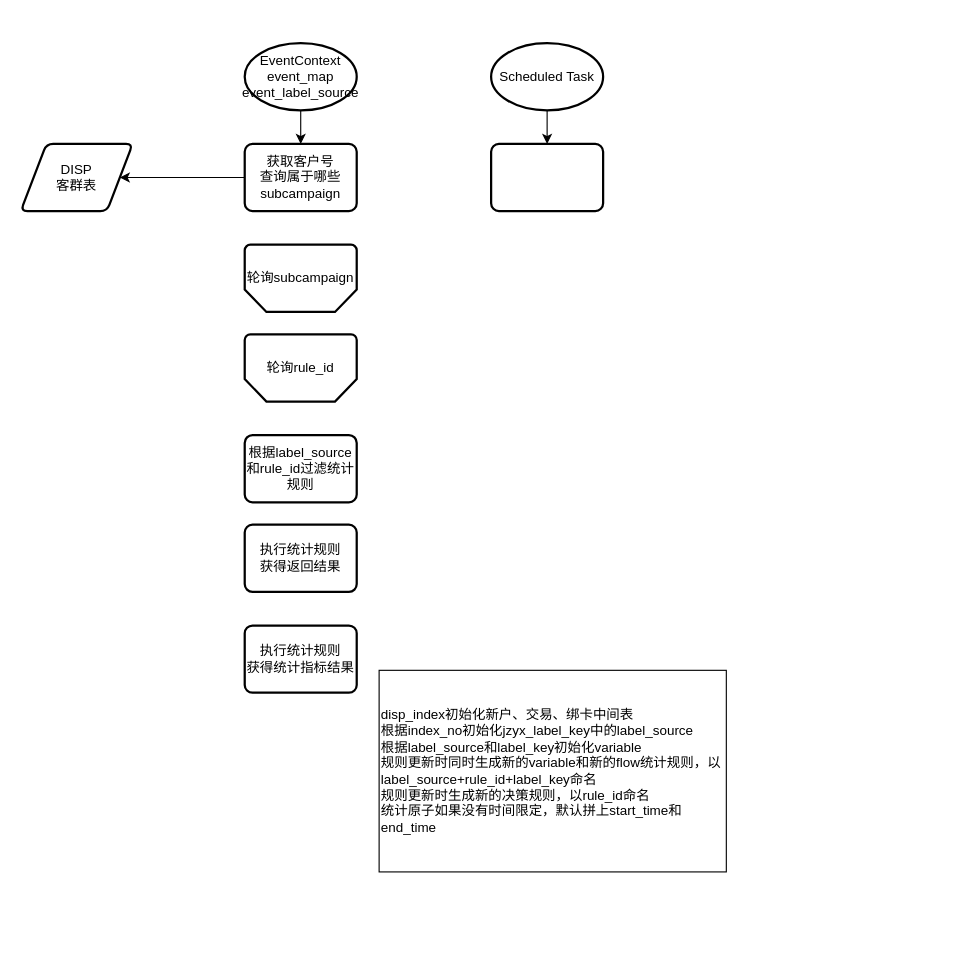
Before: page "Page-8" (8 of 8) of 数据中台.drawio in michael0817/wing, a draw.io diagram. Source tidied: cells renumbered, new cells numbered last; positions are measured from the earlier drawing's top-left corner, leaving out a move shared by most shapes. Both pictures are drawn from the tidied source at 112%, with x=0, y=0 at pixel (20, 43).
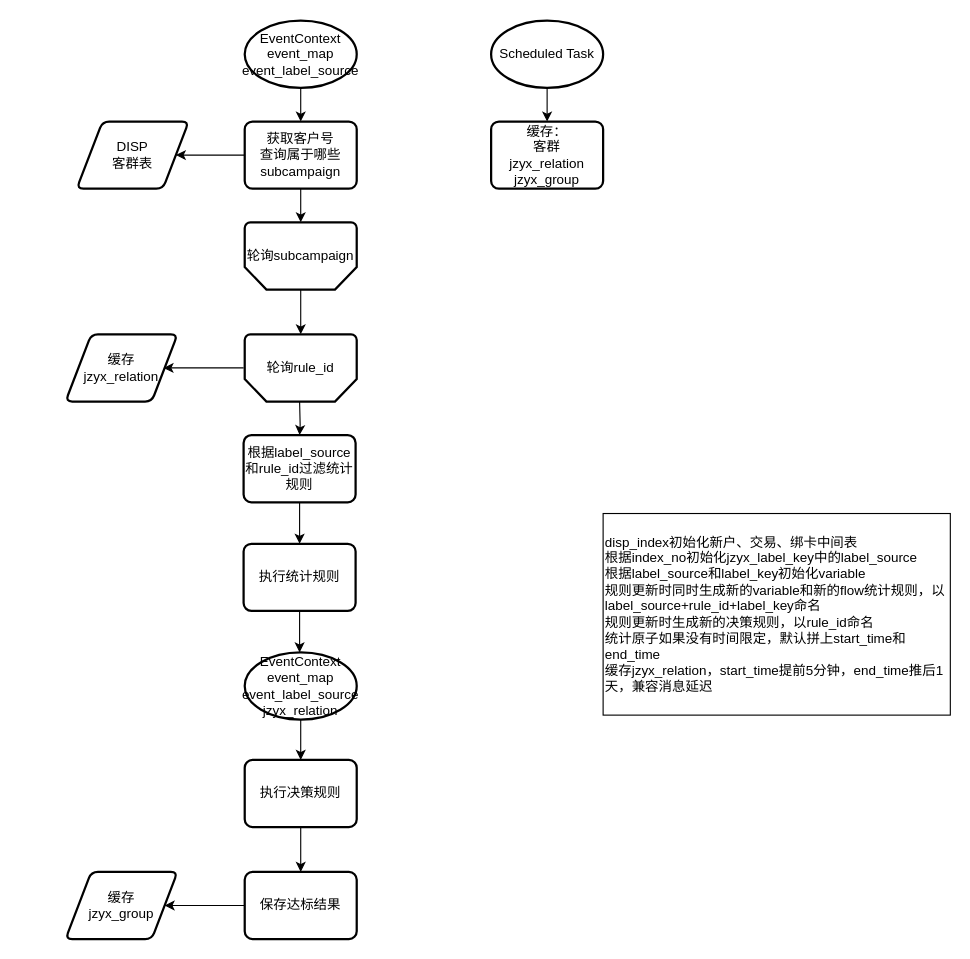
After the change.

Unchanged cells that the change refers to:
```xml
<mxCell id="14" value="轮询rule_id" style="strokeWidth=2;html=1;shape=mxgraph.flowchart.loop_limit;whiteSpace=wrap;flipH=0;flipV=1;" parent="1" vertex="1">
  <mxGeometry x="200" y="260" width="100" height="60" as="geometry" />
</mxCell>
```

The edit, as a diff of the source:
```diff
@@
     <mxCell id="3" value="EventContext&lt;br&gt;event_map&lt;br&gt;event_label_source" style="strokeWidth=2;html=1;shape=mxgraph.flowchart.start_1;whiteSpace=wrap;" parent="1" vertex="1">
-      <mxGeometry x="200" width="100" height="60" as="geometry" />
+      <mxGeometry x="200" y="-20" width="100" height="60" as="geometry" />
     </mxCell>
@@
+    <mxCell id="16" style="edgeStyle=orthogonalEdgeStyle;rounded=0;jettySize=auto;html=1;" parent="1" edge="1" source="5" target="11">
+      <mxGeometry relative="1" as="geometry" />
+    </mxCell>
     <mxCell id="5" value="获取客户号&lt;br&gt;查询属于哪些subcampaign" style="rounded=1;whiteSpace=wrap;html=1;absoluteArcSize=1;arcSize=14;strokeWidth=2;" parent="1" vertex="1">
-      <mxGeometry x="200" y="90" width="100" height="60" as="geometry" />
+      <mxGeometry x="200" y="70" width="100" height="60" as="geometry" />
     </mxCell>
     <mxCell id="6" value="DISP&lt;br&gt;客群表" style="shape=parallelogram;html=1;strokeWidth=2;perimeter=parallelogramPerimeter;whiteSpace=wrap;rounded=1;arcSize=12;size=0.23;" parent="1" vertex="1">
-      <mxGeometry y="90" width="100" height="60" as="geometry" />
+      <mxGeometry x="50" y="70" width="100" height="60" as="geometry" />
     </mxCell>
-    <mxCell id="7" style="rounded=1;whiteSpace=wrap;html=1;absoluteArcSize=1;arcSize=14;strokeWidth=2;" parent="1" vertex="1">
-      <mxGeometry x="420" y="90" width="100" height="60" as="geometry" />
+    <mxCell id="7" value="缓存：&lt;br&gt;客群&lt;br&gt;jzyx_relation&lt;br&gt;jzyx_group" style="rounded=1;whiteSpace=wrap;html=1;absoluteArcSize=1;arcSize=14;strokeWidth=2;" parent="1" vertex="1">
+      <mxGeometry x="420" y="70" width="100" height="60" as="geometry" />
     </mxCell>
@@
     <mxCell id="9" value="Scheduled Task" style="strokeWidth=2;html=1;shape=mxgraph.flowchart.start_1;whiteSpace=wrap;" parent="1" vertex="1">
-      <mxGeometry x="420" width="100" height="60" as="geometry" />
+      <mxGeometry x="420" y="-20" width="100" height="60" as="geometry" />
     </mxCell>
+    <mxCell id="17" style="edgeStyle=orthogonalEdgeStyle;rounded=0;jettySize=auto;html=1;" parent="1" edge="1" source="10" target="19">
+      <mxGeometry relative="1" as="geometry" />
+    </mxCell>
-    <mxCell id="10" value="执行统计规则&lt;br&gt;获得统计指标结果" style="rounded=1;whiteSpace=wrap;html=1;absoluteArcSize=1;arcSize=14;strokeWidth=2;" parent="1" vertex="1">
-      <mxGeometry x="200" y="520" width="100" height="60" as="geometry" />
+    <mxCell id="10" value="执行决策规则" style="rounded=1;whiteSpace=wrap;html=1;absoluteArcSize=1;arcSize=14;strokeWidth=2;" parent="1" vertex="1">
+      <mxGeometry x="200" y="640" width="100" height="60" as="geometry" />
     </mxCell>
+    <mxCell id="18" style="edgeStyle=orthogonalEdgeStyle;rounded=0;jettySize=auto;html=1;" parent="1" edge="1" source="19" target="28">
+      <mxGeometry relative="1" as="geometry" />
+    </mxCell>
+    <mxCell id="19" value="保存达标结果" style="rounded=1;whiteSpace=wrap;html=1;absoluteArcSize=1;arcSize=14;strokeWidth=2;" parent="1" vertex="1">
+      <mxGeometry x="200" y="740" width="100" height="60" as="geometry" />
+    </mxCell>
+    <mxCell id="20" style="edgeStyle=orthogonalEdgeStyle;rounded=0;jettySize=auto;html=1;" parent="1" edge="1" source="11" target="14">
+      <mxGeometry relative="1" as="geometry" />
+    </mxCell>
     <mxCell id="11" value="轮询subcampaign" style="strokeWidth=2;html=1;shape=mxgraph.flowchart.loop_limit;whiteSpace=wrap;flipH=0;flipV=1;" parent="1" vertex="1">
-      <mxGeometry x="200" y="180" width="100" height="60" as="geometry" />
+      <mxGeometry x="200" y="160" width="100" height="60" as="geometry" />
     </mxCell>
+    <mxCell id="21" style="edgeStyle=orthogonalEdgeStyle;rounded=0;jettySize=auto;html=1;" parent="1" edge="1" source="12" target="15">
+      <mxGeometry relative="1" as="geometry" />
+    </mxCell>
     <mxCell id="12" value="根据label_source和rule_id过滤统计规则" style="rounded=1;whiteSpace=wrap;html=1;absoluteArcSize=1;arcSize=14;strokeWidth=2;" parent="1" vertex="1">
-      <mxGeometry x="200" y="350" width="100" height="60" as="geometry" />
+      <mxGeometry x="199" y="350" width="100" height="60" as="geometry" />
     </mxCell>
-    <mxCell id="13" value="&lt;span style=&quot;white-space: normal&quot;&gt;disp_index初始化新户、交易、绑卡中间表&lt;/span&gt;&lt;br style=&quot;white-space: normal&quot;&gt;&lt;span style=&quot;white-space: normal&quot;&gt;根据index_no初始化jzyx_label_key中的label_source&lt;/span&gt;&lt;br style=&quot;white-space: normal&quot;&gt;&lt;span style=&quot;white-space: normal&quot;&gt;根据label_source和label_key初始化variable&lt;/span&gt;&lt;br style=&quot;white-space: normal&quot;&gt;&lt;span style=&quot;white-space: normal&quot;&gt;规则更新时同时生成新的variable和新的flow统计规则，以label_source+rule_id+label_key命名&lt;/span&gt;&lt;br style=&quot;white-space: normal&quot;&gt;&lt;span style=&quot;white-space: normal&quot;&gt;规则更新时生成新的决策规则，以rule_id命名&lt;br&gt;统计原子如果没有时间限定，默认拼上start_time和end_time&lt;br&gt;&lt;/span&gt;" style="rounded=0;whiteSpace=wrap;html=1;align=left;" parent="1" vertex="1">
-      <mxGeometry x="320" y="560" width="310" height="180" as="geometry" />
+    <mxCell id="13" value="&lt;span style=&quot;white-space: normal&quot;&gt;disp_index初始化新户、交易、绑卡中间表&lt;/span&gt;&lt;br style=&quot;white-space: normal&quot;&gt;&lt;span style=&quot;white-space: normal&quot;&gt;根据index_no初始化jzyx_label_key中的label_source&lt;/span&gt;&lt;br style=&quot;white-space: normal&quot;&gt;&lt;span style=&quot;white-space: normal&quot;&gt;根据label_source和label_key初始化variable&lt;/span&gt;&lt;br style=&quot;white-space: normal&quot;&gt;&lt;span style=&quot;white-space: normal&quot;&gt;规则更新时同时生成新的variable和新的flow统计规则，以label_source+rule_id+label_key命名&lt;/span&gt;&lt;br style=&quot;white-space: normal&quot;&gt;&lt;span style=&quot;white-space: normal&quot;&gt;规则更新时生成新的决策规则，以rule_id命名&lt;br&gt;统计原子如果没有时间限定，默认拼上start_time和end_time&lt;br&gt;缓存jzyx_relation，start_time提前5分钟，end_time推后1天，兼容消息延迟&lt;br&gt;&lt;/span&gt;" style="rounded=0;whiteSpace=wrap;html=1;align=left;" parent="1" vertex="1">
+      <mxGeometry x="520" y="420" width="310" height="180" as="geometry" />
     </mxCell>
+    <mxCell id="22" style="edgeStyle=orthogonalEdgeStyle;rounded=0;orthogonalLoop=1;jettySize=auto;html=1;" parent="1" edge="1">
+      <mxGeometry relative="1" as="geometry">
+        <mxPoint x="199" y="290" as="sourcePoint" />
+        <mxPoint x="127.5" y="290" as="targetPoint" />
+      </mxGeometry>
+    </mxCell>
+    <mxCell id="23" style="edgeStyle=orthogonalEdgeStyle;rounded=0;jettySize=auto;html=1;" parent="1" edge="1" target="12">
+      <mxGeometry relative="1" as="geometry">
+        <mxPoint x="249" y="320" as="sourcePoint" />
+      </mxGeometry>
+    </mxCell>
@@
+    <mxCell id="24" style="edgeStyle=orthogonalEdgeStyle;rounded=0;jettySize=auto;html=1;" parent="1" edge="1" source="15">
+      <mxGeometry relative="1" as="geometry">
+        <mxPoint x="249" y="544" as="targetPoint" />
+      </mxGeometry>
+    </mxCell>
-    <mxCell id="15" value="执行统计规则&lt;br&gt;获得返回结果" style="rounded=1;whiteSpace=wrap;html=1;absoluteArcSize=1;arcSize=14;strokeWidth=2;" parent="1" vertex="1">
-      <mxGeometry x="200" y="430" width="100" height="60" as="geometry" />
+    <mxCell id="15" value="执行统计规则" style="rounded=1;whiteSpace=wrap;html=1;absoluteArcSize=1;arcSize=14;strokeWidth=2;" parent="1" vertex="1">
+      <mxGeometry x="199" y="447" width="100" height="60" as="geometry" />
     </mxCell>
+    <mxCell id="25" style="edgeStyle=orthogonalEdgeStyle;rounded=0;jettySize=auto;html=1;" parent="1" edge="1" source="26" target="10">
+      <mxGeometry relative="1" as="geometry" />
+    </mxCell>
+    <mxCell id="26" value="EventContext&lt;br&gt;event_map&lt;br&gt;event_label_source&lt;br&gt;jzyx_relation" style="strokeWidth=2;html=1;shape=mxgraph.flowchart.start_1;whiteSpace=wrap;" parent="1" vertex="1">
+      <mxGeometry x="200" y="544" width="100" height="60" as="geometry" />
+    </mxCell>
+    <mxCell id="27" value="缓存&lt;br&gt;jzyx_relation" style="shape=parallelogram;html=1;strokeWidth=2;perimeter=parallelogramPerimeter;whiteSpace=wrap;rounded=1;arcSize=12;size=0.23;" parent="1" vertex="1">
+      <mxGeometry x="40" y="260" width="100" height="60" as="geometry" />
+    </mxCell>
+    <mxCell id="28" value="缓存&lt;br&gt;jzyx_group" style="shape=parallelogram;html=1;strokeWidth=2;perimeter=parallelogramPerimeter;whiteSpace=wrap;rounded=1;arcSize=12;size=0.23;" parent="1" vertex="1">
+      <mxGeometry x="40" y="740" width="100" height="60" as="geometry" />
+    </mxCell>
```
